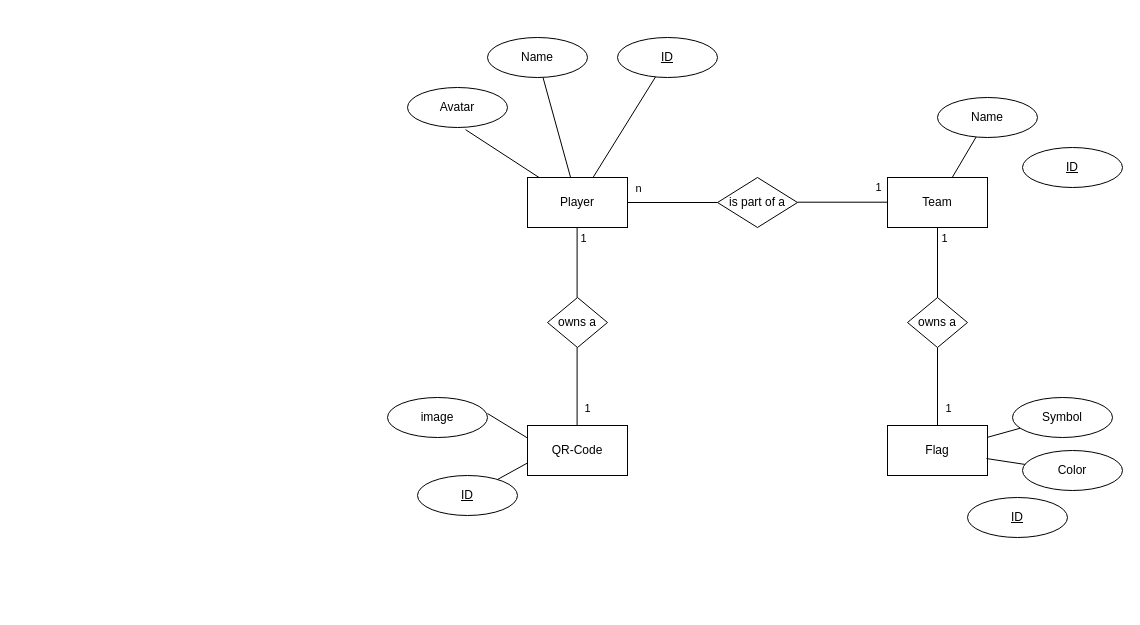
Before: concept/ctf_db_concept.drawio in Hg347/ctf-rush, a draw.io diagram. Source tidied: cells renumbered, new cells numbered last; positions are measured from the earlier drawing's top-left corner, leaving out a move shared by most shapes. Both pictures are drawn from the tidied source at 100%, with x=0, y=0 at pixel (387, 37).
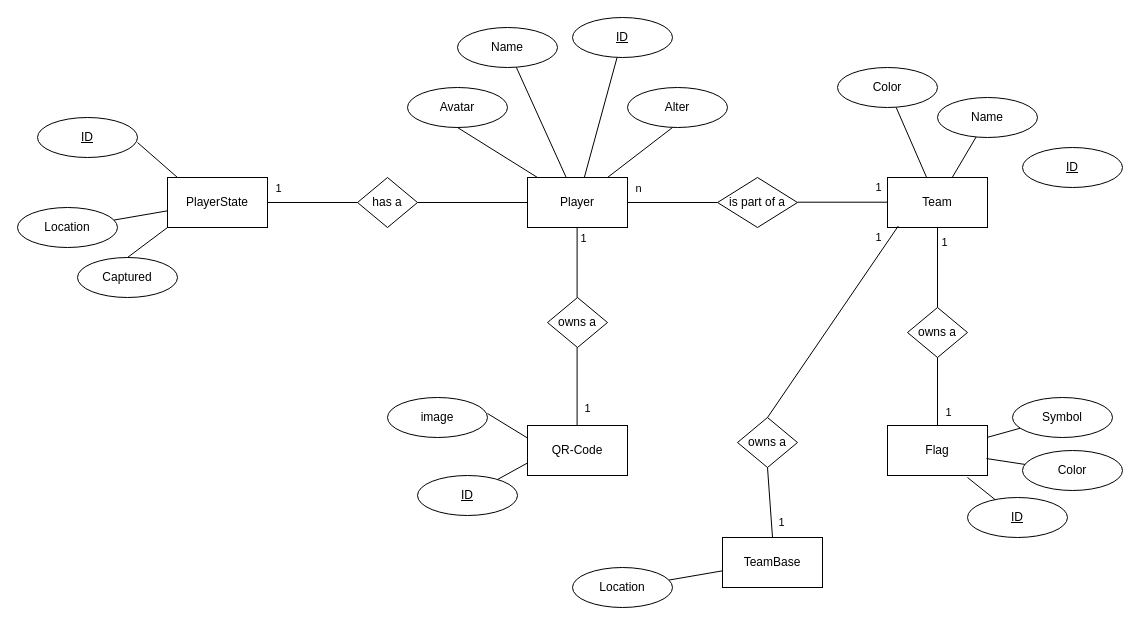
The same page after the edit.

The change refers to these unchanged cells:
```xml
<mxCell id="4" value="Player" style="html=1;dashed=0;whiteSpace=wrap;" parent="1" vertex="1">
  <mxGeometry x="140" y="140" width="100" height="50" as="geometry" />
</mxCell>
<mxCell id="5" value="Team" style="html=1;dashed=0;whiteSpace=wrap;" parent="1" vertex="1">
  <mxGeometry x="500" y="140" width="100" height="50" as="geometry" />
</mxCell>
<mxCell id="9" value="Avatar" style="ellipse;whiteSpace=wrap;html=1;align=center;" parent="1" vertex="1">
  <mxGeometry x="20" y="50" width="100" height="40" as="geometry" />
</mxCell>
<mxCell id="35" value="ID" style="ellipse;whiteSpace=wrap;html=1;align=center;fontStyle=4;" parent="1" vertex="1">
  <mxGeometry x="580" y="460" width="100" height="40" as="geometry" />
</mxCell>
```

Diff of the diagram source:
```diff
@@
+    <mxCell id="39" style="edgeStyle=none;rounded=0;jettySize=auto;html=1;endArrow=none;startFill=0;" parent="1" edge="1" source="4" target="48">
+      <mxGeometry relative="1" as="geometry" />
+    </mxCell>
@@
+    <mxCell id="40" style="edgeStyle=none;rounded=0;jettySize=auto;html=1;endArrow=none;startFill=0;" parent="1" edge="1" source="5" target="62">
+      <mxGeometry relative="1" as="geometry" />
+    </mxCell>
@@
     <mxCell id="8" value="Name" style="ellipse;whiteSpace=wrap;html=1;align=center;" parent="1" vertex="1">
-      <mxGeometry x="100" width="100" height="40" as="geometry" />
+      <mxGeometry x="70" y="-10" width="100" height="40" as="geometry" />
     </mxCell>
@@
     <mxCell id="11" value="ID" style="ellipse;whiteSpace=wrap;html=1;align=center;fontStyle=4;" parent="1" vertex="1">
-      <mxGeometry x="230" width="100" height="40" as="geometry" />
+      <mxGeometry x="185" y="-20" width="100" height="40" as="geometry" />
     </mxCell>
-    <mxCell id="12" style="edgeStyle=none;rounded=0;jettySize=auto;html=1;entryX=0.581;entryY=1.055;entryDx=0;entryDy=0;entryPerimeter=0;endArrow=none;startFill=0;" parent="1" edge="1" source="4" target="9">
+    <mxCell id="12" style="edgeStyle=none;rounded=0;jettySize=auto;html=1;entryX=0.5;entryY=1;entryDx=0;entryDy=0;entryPerimeter=0;endArrow=none;startFill=0;" parent="1" edge="1" source="4" target="9">
       <mxGeometry relative="1" as="geometry" />
     </mxCell>
@@
     <mxCell id="23" value="owns a" style="shape=rhombus;html=1;dashed=0;whiteSpace=wrap;perimeter=rhombusPerimeter;" parent="1" vertex="1">
-      <mxGeometry x="520" y="260" width="60" height="50" as="geometry" />
+      <mxGeometry x="520" y="270" width="60" height="50" as="geometry" />
     </mxCell>
@@
+    <mxCell id="41" value="PlayerState" style="html=1;dashed=0;whiteSpace=wrap;" parent="1" vertex="1">
+      <mxGeometry x="-220" y="140" width="100" height="50" as="geometry" />
+    </mxCell>
+    <mxCell id="42" value="Captured" style="ellipse;whiteSpace=wrap;html=1;align=center;" parent="1" vertex="1">
+      <mxGeometry x="-310" y="220" width="100" height="40" as="geometry" />
+    </mxCell>
+    <mxCell id="43" style="rounded=0;jettySize=auto;html=1;endArrow=none;startFill=0;exitX=0;exitY=0.75;exitDx=0;exitDy=0;entryX=0.5;entryY=0;entryDx=0;entryDy=0;" parent="1" edge="1" target="42">
+      <mxGeometry relative="1" as="geometry">
+        <mxPoint x="-220" y="190" as="sourcePoint" />
+      </mxGeometry>
+    </mxCell>
+    <mxCell id="44" style="edgeStyle=none;rounded=0;jettySize=auto;html=1;endArrow=none;startFill=0;" parent="1" edge="1" source="45" target="41">
+      <mxGeometry relative="1" as="geometry" />
+    </mxCell>
+    <mxCell id="45" value="Location" style="ellipse;whiteSpace=wrap;html=1;align=center;" parent="1" vertex="1">
+      <mxGeometry x="-370" y="170" width="100" height="40" as="geometry" />
+    </mxCell>
+    <mxCell id="46" style="edgeStyle=none;rounded=0;jettySize=auto;html=1;entryX=1;entryY=0.5;entryDx=0;entryDy=0;endArrow=none;startFill=0;" parent="1" edge="1" source="48" target="41">
+      <mxGeometry relative="1" as="geometry" />
+    </mxCell>
+    <mxCell id="47" value="1" style="edgeLabel;html=1;align=center;verticalAlign=middle;" parent="46" vertex="1">
+      <mxGeometry x="0.53" y="1" relative="1" as="geometry">
+        <mxPoint x="-11" y="-16" as="offset" />
+      </mxGeometry>
+    </mxCell>
+    <mxCell id="48" value="has a" style="shape=rhombus;html=1;dashed=0;whiteSpace=wrap;perimeter=rhombusPerimeter;" parent="1" vertex="1">
+      <mxGeometry x="-30" y="140" width="60" height="50" as="geometry" />
+    </mxCell>
+    <mxCell id="49" value="ID" style="ellipse;whiteSpace=wrap;html=1;align=center;fontStyle=4;" parent="1" vertex="1">
+      <mxGeometry x="-350" y="80" width="100" height="40" as="geometry" />
+    </mxCell>
+    <mxCell id="50" style="edgeStyle=none;rounded=0;jettySize=auto;html=1;endArrow=none;startFill=0;entryX=0.1;entryY=0;entryDx=0;entryDy=0;entryPerimeter=0;" parent="1" edge="1" target="41">
+      <mxGeometry relative="1" as="geometry">
+        <mxPoint x="-250" y="105" as="sourcePoint" />
+      </mxGeometry>
+    </mxCell>
+    <mxCell id="51" value="Alter" style="ellipse;whiteSpace=wrap;html=1;align=center;" parent="1" vertex="1">
+      <mxGeometry x="240" y="50" width="100" height="40" as="geometry" />
+    </mxCell>
+    <mxCell id="52" style="edgeStyle=none;rounded=0;orthogonalLoop=1;jettySize=auto;html=1;entryX=0.5;entryY=1;entryDx=0;entryDy=0;entryPerimeter=0;endArrow=none;startFill=0;" parent="1" edge="1">
+      <mxGeometry relative="1" as="geometry">
+        <mxPoint x="220" y="140" as="sourcePoint" />
+        <mxPoint x="285" y="90" as="targetPoint" />
+      </mxGeometry>
+    </mxCell>
+    <mxCell id="53" value="TeamBase" style="html=1;dashed=0;whiteSpace=wrap;" parent="1" vertex="1">
+      <mxGeometry x="335" y="500" width="100" height="50" as="geometry" />
+    </mxCell>
+    <mxCell id="54" style="edgeStyle=none;rounded=0;jettySize=auto;html=1;endArrow=none;startFill=0;" parent="1" edge="1" source="55" target="53">
+      <mxGeometry relative="1" as="geometry" />
+    </mxCell>
+    <mxCell id="55" value="Location" style="ellipse;whiteSpace=wrap;html=1;align=center;" parent="1" vertex="1">
+      <mxGeometry x="185" y="530" width="100" height="40" as="geometry" />
+    </mxCell>
+    <mxCell id="56" value="owns a" style="shape=rhombus;html=1;dashed=0;whiteSpace=wrap;perimeter=rhombusPerimeter;" parent="1" vertex="1">
+      <mxGeometry x="350" y="380" width="60" height="50" as="geometry" />
+    </mxCell>
+    <mxCell id="57" style="edgeStyle=none;rounded=0;jettySize=auto;html=1;entryX=0.108;entryY=0.97;entryDx=0;entryDy=0;endArrow=none;startFill=0;exitX=0.5;exitY=0;exitDx=0;exitDy=0;entryPerimeter=0;" parent="1" edge="1" source="56" target="5">
+      <mxGeometry relative="1" as="geometry" />
+    </mxCell>
+    <mxCell id="58" value="1" style="edgeLabel;html=1;align=center;verticalAlign=middle;" parent="57" vertex="1">
+      <mxGeometry x="0.25" y="2" relative="1" as="geometry">
+        <mxPoint x="30" y="-60" as="offset" />
+      </mxGeometry>
+    </mxCell>
+    <mxCell id="59" style="edgeStyle=none;rounded=0;jettySize=auto;html=1;entryX=0.5;entryY=0;entryDx=0;entryDy=0;endArrow=none;startFill=0;exitX=0.5;exitY=1;exitDx=0;exitDy=0;" parent="1" edge="1" source="56" target="53">
+      <mxGeometry relative="1" as="geometry" />
+    </mxCell>
+    <mxCell id="60" value="1" style="edgeLabel;html=1;align=center;verticalAlign=middle;" parent="59" vertex="1">
+      <mxGeometry x="0.25" y="2" relative="1" as="geometry">
+        <mxPoint x="8" y="11" as="offset" />
+      </mxGeometry>
+    </mxCell>
+    <mxCell id="61" style="edgeStyle=none;rounded=0;jettySize=auto;html=1;endArrow=none;startFill=0;" parent="1" edge="1" source="35">
+      <mxGeometry relative="1" as="geometry">
+        <mxPoint x="580" y="440" as="targetPoint" />
+      </mxGeometry>
+    </mxCell>
+    <mxCell id="62" value="Color" style="ellipse;whiteSpace=wrap;html=1;align=center;" parent="1" vertex="1">
+      <mxGeometry x="450" y="30" width="100" height="40" as="geometry" />
+    </mxCell>
```
